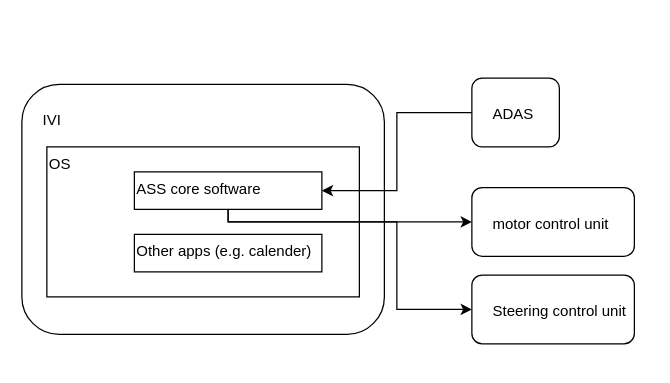
Above: page "initial" (3 of 5) of auto steering system design.drawio in Dawei-S/Da (draw.io), before the change. Source tidied: cells renumbered, new cells numbered last; positions are measured from the earlier drawing's top-left corner, leaving out a move shared by most shapes. Both pictures are drawn from the tidied source at 125%, with x=0, y=0 at pixel (21, 78).
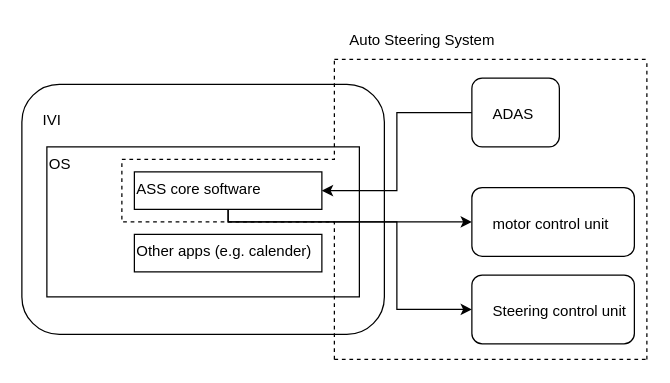
The same diagram, later.

Diff of the diagram source:
```diff
@@
+    <mxCell id="12" style="endArrow=none;dashed=1;html=1;rounded=0;" parent="1" edge="1">
+      <mxGeometry relative="1" as="geometry">
+        <mxPoint x="250" y="225" as="sourcePoint" />
+        <mxPoint x="500" y="225" as="targetPoint" />
+      </mxGeometry>
+    </mxCell>
+    <mxCell id="13" style="endArrow=none;dashed=1;html=1;rounded=0;" parent="1" edge="1">
+      <mxGeometry relative="1" as="geometry">
+        <mxPoint x="250" y="-15" as="sourcePoint" />
+        <mxPoint x="500" y="-15" as="targetPoint" />
+      </mxGeometry>
+    </mxCell>
+    <mxCell id="14" style="endArrow=none;dashed=1;html=1;rounded=0;" parent="1" edge="1">
+      <mxGeometry relative="1" as="geometry">
+        <mxPoint x="500" y="225" as="sourcePoint" />
+        <mxPoint x="500" y="-15" as="targetPoint" />
+      </mxGeometry>
+    </mxCell>
+    <mxCell id="15" style="endArrow=none;dashed=1;html=1;rounded=0;" parent="1" edge="1">
+      <mxGeometry relative="1" as="geometry">
+        <mxPoint x="250" y="225" as="sourcePoint" />
+        <mxPoint x="250" y="-15" as="targetPoint" />
+        <Array as="points">
+          <mxPoint x="250" y="115" />
+          <mxPoint x="80" y="115" />
+          <mxPoint x="80" y="65" />
+          <mxPoint x="250" y="65" />
+        </Array>
+      </mxGeometry>
+    </mxCell>
+    <mxCell id="16" value="Auto Steering System" style="text;html=1;align=center;verticalAlign=middle;strokeColor=none;fillColor=none;" parent="1" vertex="1">
+      <mxGeometry x="250" y="-45" width="140" height="30" as="geometry" />
+    </mxCell>
```
